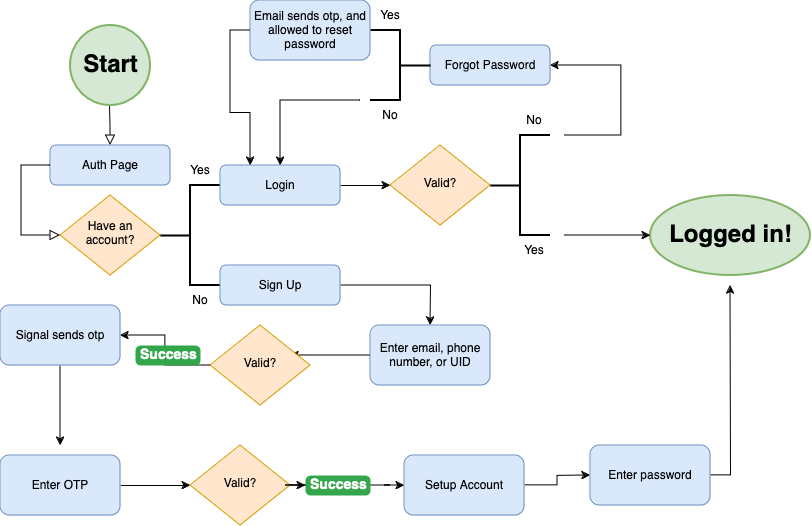
gabekutner/roommatefinder-backend keeps this draw.io diagram as auth.drawio.png. Above is the earlier version. Source tidied: cells renumbered, new cells last; positions are measured from the earlier drawing's top-left corner, leaving out a move shared by most shapes.
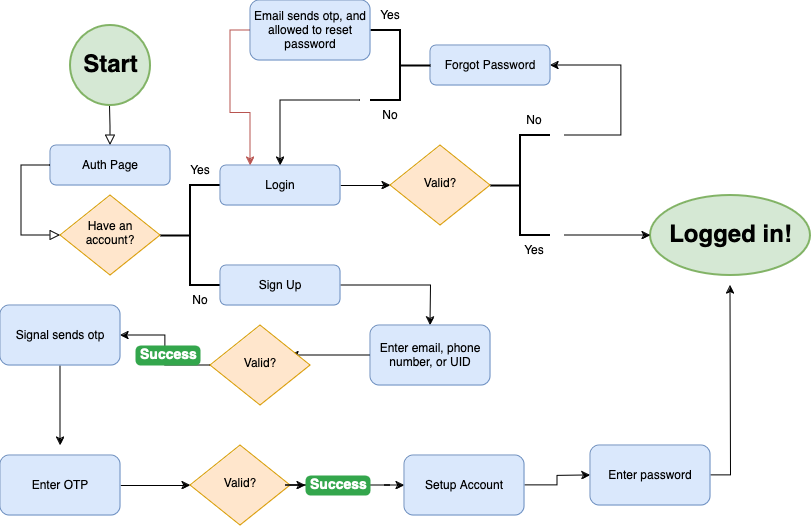
Later version of the same file.

Change to the diagram source:
```diff
@@ -163,7 +163,7 @@
     <mxCell id="44" value="Success" style="html=1;shadow=0;dashed=0;shape=mxgraph.bootstrap.rrect;rSize=5;strokeColor=none;strokeWidth=1;fillColor=#33A64C;fontColor=#FFFFFF;whiteSpace=wrap;align=left;verticalAlign=middle;spacingLeft=0;fontStyle=1;fontSize=14;spacing=5;" parent="1" vertex="1">
       <mxGeometry x="305" y="475" width="65" height="20" as="geometry" />
     </mxCell>
-    <mxCell id="45" style="edgeStyle=orthogonalEdgeStyle;rounded=0;jettySize=auto;html=1;exitX=0;exitY=0.5;exitDx=0;exitDy=0;entryX=0.25;entryY=0;entryDx=0;entryDy=0;" parent="1" edge="1" source="46" target="14">
+    <mxCell id="45" style="edgeStyle=orthogonalEdgeStyle;rounded=0;jettySize=auto;html=1;exitX=0;exitY=0.5;exitDx=0;exitDy=0;entryX=0.25;entryY=0;entryDx=0;entryDy=0;fillColor=#f8cecc;strokeColor=#b85450;" parent="1" edge="1" source="46" target="14">
       <mxGeometry relative="1" as="geometry" />
     </mxCell>
     <mxCell id="46" value="Email sends otp, and allowed to reset password" style="rounded=1;whiteSpace=wrap;html=1;fontSize=12;glass=0;strokeWidth=1;shadow=0;fillColor=#dae8fc;strokeColor=#6c8ebf;" parent="1" vertex="1">
```
